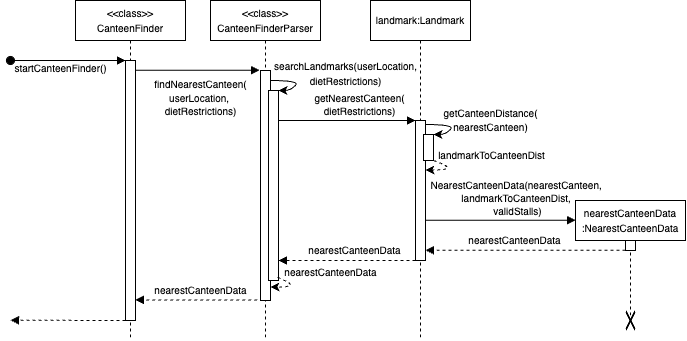
This is docs/diagrams/CanteenFinderSequenceDiagram.drawio.png from AY2425S2-CS2113-W12-2/tp, a draw.io export, as it was before one commit. Source tidied: cells renumbered, new cells last; positions are measured from the earlier drawing's top-left corner, leaving out a move shared by most shapes. Source of this version:
```xml
<mxGraphModel>
  <root>
    <mxCell id="0" />
    <mxCell id="1" parent="0" />
    <mxCell id="2" value="&lt;font style=&quot;font-size: 10px;&quot;&gt;searchLandmarks(userLocation&lt;/font&gt;&lt;span style=&quot;font-size: 10px;&quot;&gt;,&lt;/span&gt;&lt;div&gt;&lt;div&gt;&lt;font style=&quot;font-size: 10px;&quot;&gt;dietRestrictions)&lt;/font&gt;&lt;/div&gt;&lt;/div&gt;" style="text;html=1;align=center;verticalAlign=middle;strokeColor=none;fillColor=none;" parent="1" vertex="1">
      <mxGeometry x="260" y="53" width="170" height="40" as="geometry" />
    </mxCell>
    <mxCell id="3" value="&lt;div&gt;&lt;font style=&quot;font-size: 10px;&quot;&gt;&amp;lt;&amp;lt;class&amp;gt;&amp;gt;&lt;/font&gt;&lt;/div&gt;&lt;font style=&quot;font-size: 10px;&quot;&gt;CanteenFinderParser&lt;/font&gt;" style="shape=umlLifeline;perimeter=lifelinePerimeter;whiteSpace=wrap;html=1;newEdgeStyle={&quot;edgeStyle&quot;:&quot;elbowEdgeStyle&quot;,&quot;elbow&quot;:&quot;vertical&quot;,&quot;curved&quot;:0,&quot;rounded&quot;:0};size=40;" parent="1" vertex="1">
      <mxGeometry x="210" width="110" height="340" as="geometry" />
    </mxCell>
    <mxCell id="4" style="html=1;perimeter=orthogonalPerimeter;targetShapes=umlLifeline;newEdgeStyle={&quot;edgeStyle&quot;:&quot;elbowEdgeStyle&quot;,&quot;elbow&quot;:&quot;vertical&quot;,&quot;curved&quot;:0,&quot;rounded&quot;:0};" parent="3" vertex="1">
      <mxGeometry x="50" y="70" width="10" height="230" as="geometry" />
    </mxCell>
    <mxCell id="5" style="html=1;points=[];perimeter=orthogonalPerimeter;outlineConnect=0;targetShapes=umlLifeline;portConstraint=eastwest;newEdgeStyle={&quot;edgeStyle&quot;:&quot;elbowEdgeStyle&quot;,&quot;elbow&quot;:&quot;vertical&quot;,&quot;curved&quot;:0,&quot;rounded&quot;:0};" parent="3" vertex="1">
      <mxGeometry x="58" y="90" width="10" height="190" as="geometry" />
    </mxCell>
    <mxCell id="6" style="curved=1;endArrow=classic;html=1;rounded=0;dashed=1;exitX=0.921;exitY=0.984;exitDx=0;exitDy=0;exitPerimeter=0;" parent="3" edge="1" source="5">
      <mxGeometry relative="1" as="geometry">
        <mxPoint x="60" y="286.5" as="targetPoint" />
        <Array as="points">
          <mxPoint x="80" y="282" />
          <mxPoint x="80" y="286.5" />
        </Array>
      </mxGeometry>
    </mxCell>
    <mxCell id="7" style="curved=1;endArrow=classic;html=1;rounded=0;" parent="3" edge="1">
      <mxGeometry relative="1" as="geometry">
        <mxPoint x="60" y="80" as="sourcePoint" />
        <mxPoint x="68" y="90" as="targetPoint" />
        <Array as="points">
          <mxPoint x="90" y="80" />
          <mxPoint x="80" y="90" />
        </Array>
      </mxGeometry>
    </mxCell>
    <mxCell id="8" value="&lt;font size=&quot;1&quot;&gt;getNearestCanteen(&lt;/font&gt;&lt;div&gt;&lt;font size=&quot;1&quot;&gt;dietRestrictions)&lt;/font&gt;&lt;/div&gt;" style="html=1;verticalAlign=bottom;endArrow=block;edgeStyle=elbowEdgeStyle;elbow=vertical;curved=0;rounded=0;labelBackgroundColor=none;" parent="1" edge="1" target="10">
      <mxGeometry x="0.19" relative="1" as="geometry">
        <mxPoint x="278" y="120" as="sourcePoint" />
        <Array as="points">
          <mxPoint x="330" y="120" />
        </Array>
      </mxGeometry>
    </mxCell>
    <mxCell id="9" value="&lt;font size=&quot;1&quot;&gt;landmark:Landmark&lt;/font&gt;" style="shape=umlLifeline;perimeter=lifelinePerimeter;whiteSpace=wrap;html=1;newEdgeStyle={&quot;edgeStyle&quot;:&quot;elbowEdgeStyle&quot;,&quot;elbow&quot;:&quot;vertical&quot;,&quot;curved&quot;:0,&quot;rounded&quot;:0};" parent="1" vertex="1">
      <mxGeometry x="370" width="100" height="340" as="geometry" />
    </mxCell>
    <mxCell id="10" style="html=1;points=[];perimeter=orthogonalPerimeter;outlineConnect=0;targetShapes=umlLifeline;portConstraint=eastwest;newEdgeStyle={&quot;edgeStyle&quot;:&quot;elbowEdgeStyle&quot;,&quot;elbow&quot;:&quot;vertical&quot;,&quot;curved&quot;:0,&quot;rounded&quot;:0};" parent="9" vertex="1">
      <mxGeometry x="45" y="120" width="10" height="140" as="geometry" />
    </mxCell>
    <mxCell id="11" style="html=1;verticalAlign=bottom;endArrow=block;edgeStyle=elbowEdgeStyle;elbow=vertical;curved=0;rounded=0;dashed=1;" parent="1" edge="1" source="10">
      <mxGeometry relative="1" as="geometry">
        <mxPoint x="278" y="260" as="targetPoint" />
        <Array as="points">
          <mxPoint x="400" y="260" />
          <mxPoint x="400" y="240" />
          <mxPoint x="290" y="185" />
        </Array>
      </mxGeometry>
    </mxCell>
    <mxCell id="12" value="&lt;font style=&quot;font-size: 10px;&quot;&gt;nearestCanteenData&lt;/font&gt;" style="edgeLabel;html=1;align=center;verticalAlign=middle;labelBackgroundColor=none;" parent="11" vertex="1">
      <mxGeometry x="0.28" relative="1" as="geometry">
        <mxPoint x="26" y="-10" as="offset" />
      </mxGeometry>
    </mxCell>
    <mxCell id="13" value="&lt;font style=&quot;font-size: 10px;&quot;&gt;nearestCanteenData&lt;/font&gt;" style="edgeLabel;html=1;align=center;verticalAlign=middle;labelBackgroundColor=none;" parent="1" vertex="1">
      <mxGeometry x="339" y="273" as="geometry">
        <mxPoint x="-9" y="-1" as="offset" />
      </mxGeometry>
    </mxCell>
    <mxCell id="14" style="html=1;verticalAlign=bottom;endArrow=block;edgeStyle=elbowEdgeStyle;elbow=vertical;curved=0;rounded=0;dashed=1;" parent="1" edge="1" source="32">
      <mxGeometry relative="1" as="geometry">
        <mxPoint x="425" y="250.2" as="targetPoint" />
      </mxGeometry>
    </mxCell>
    <mxCell id="15" value="&lt;font style=&quot;font-size: 10px;&quot;&gt;nearestCanteenData&lt;/font&gt;" style="edgeLabel;html=1;align=center;verticalAlign=middle;" parent="14" vertex="1">
      <mxGeometry x="-0.08" relative="1" as="geometry">
        <mxPoint x="-20" y="-10" as="offset" />
      </mxGeometry>
    </mxCell>
    <mxCell id="16" value="&lt;font style=&quot;font-size: 10px;&quot;&gt;nearestCanteenData&lt;/font&gt;" style="html=1;verticalAlign=bottom;endArrow=block;edgeStyle=elbowEdgeStyle;elbow=vertical;curved=0;rounded=0;dashed=1;labelBackgroundColor=none;" parent="1" edge="1">
      <mxGeometry x="0.11" relative="1" as="geometry">
        <mxPoint x="260" y="278.6" as="sourcePoint" />
        <mxPoint x="135" y="299.4" as="targetPoint" />
        <Array as="points">
          <mxPoint x="190" y="299.4" />
        </Array>
      </mxGeometry>
    </mxCell>
    <mxCell id="17" value="&lt;font style=&quot;font-size: 10px;&quot;&gt;findNearestCanteen(&lt;/font&gt;&lt;div&gt;&lt;font style=&quot;font-size: 10px;&quot;&gt;userLocation,&amp;nbsp;&lt;/font&gt;&lt;/div&gt;&lt;div&gt;&lt;font style=&quot;font-size: 10px;&quot;&gt;dietRestrictions)&lt;/font&gt;&lt;/div&gt;" style="html=1;verticalAlign=bottom;startArrow=none;endArrow=block;startSize=8;edgeStyle=elbowEdgeStyle;elbow=vertical;curved=0;rounded=0;startFill=0;labelBackgroundColor=none;" parent="1" edge="1">
      <mxGeometry x="0.06" y="-50" relative="1" as="geometry">
        <mxPoint x="134" y="69.8" as="sourcePoint" />
        <mxPoint x="259" y="69.8" as="targetPoint" />
      </mxGeometry>
    </mxCell>
    <mxCell id="18" value="&lt;div&gt;&lt;font style=&quot;font-size: 10px;&quot;&gt;&amp;lt;&amp;lt;class&amp;gt;&amp;gt;&lt;/font&gt;&lt;/div&gt;&lt;font style=&quot;font-size: 10px;&quot;&gt;CanteenFinder&lt;/font&gt;" style="shape=umlLifeline;perimeter=lifelinePerimeter;whiteSpace=wrap;html=1;newEdgeStyle={&quot;edgeStyle&quot;:&quot;elbowEdgeStyle&quot;,&quot;elbow&quot;:&quot;vertical&quot;,&quot;curved&quot;:0,&quot;rounded&quot;:0};size=40;" parent="1" vertex="1">
      <mxGeometry x="75" width="110" height="340" as="geometry" />
    </mxCell>
    <mxCell id="19" style="html=1;perimeter=orthogonalPerimeter;targetShapes=umlLifeline;newEdgeStyle={&quot;edgeStyle&quot;:&quot;elbowEdgeStyle&quot;,&quot;elbow&quot;:&quot;vertical&quot;,&quot;curved&quot;:0,&quot;rounded&quot;:0};" parent="18" vertex="1">
      <mxGeometry x="50" y="60" width="10" height="260" as="geometry" />
    </mxCell>
    <mxCell id="20" value="&lt;font style=&quot;font-size: 10px;&quot;&gt;startCanteenFinder()&lt;/font&gt;" style="text;html=1;align=center;verticalAlign=middle;points=[];strokeColor=none;fillColor=none;" parent="1" vertex="1">
      <mxGeometry y="53" width="120" height="30" as="geometry" />
    </mxCell>
    <mxCell id="21" style="html=1;verticalAlign=bottom;startArrow=oval;endArrow=block;startSize=8;edgeStyle=elbowEdgeStyle;elbow=horizontal;curved=0;rounded=0;startFill=1;exitX=0.083;exitY=0.233;exitDx=0;exitDy=0;exitPerimeter=0;" parent="1" edge="1" source="20">
      <mxGeometry x="0.06" y="-50" relative="1" as="geometry">
        <mxPoint x="125" y="60" as="targetPoint" />
      </mxGeometry>
    </mxCell>
    <mxCell id="22" style="html=1;verticalAlign=bottom;endArrow=block;edgeStyle=elbowEdgeStyle;elbow=vertical;curved=0;rounded=0;dashed=1;" parent="1" edge="1">
      <mxGeometry relative="1" as="geometry">
        <mxPoint x="125" y="320" as="sourcePoint" />
        <mxPoint x="10" y="320.2" as="targetPoint" />
      </mxGeometry>
    </mxCell>
    <mxCell id="23" style="shape=mxgraph.mockup.markup.redX;fillColor=#000000;html=1;shadow=0;whiteSpace=wrap;strokeColor=none;rotation=90;" parent="1" vertex="1">
      <mxGeometry x="620" y="315" width="20" height="10" as="geometry" />
    </mxCell>
    <mxCell id="24" style="html=1;perimeter=orthogonalPerimeter;targetShapes=umlLifeline;newEdgeStyle={&quot;edgeStyle&quot;:&quot;elbowEdgeStyle&quot;,&quot;elbow&quot;:&quot;vertical&quot;,&quot;curved&quot;:0,&quot;rounded&quot;:0};" parent="1" vertex="1">
      <mxGeometry x="423" y="134" width="10" height="26" as="geometry" />
    </mxCell>
    <mxCell id="25" style="curved=1;endArrow=classic;html=1;rounded=0;" parent="1" edge="1">
      <mxGeometry relative="1" as="geometry">
        <mxPoint x="425" y="124" as="sourcePoint" />
        <mxPoint x="433" y="134" as="targetPoint" />
        <Array as="points">
          <mxPoint x="455" y="124" />
          <mxPoint x="445" y="134" />
        </Array>
      </mxGeometry>
    </mxCell>
    <mxCell id="26" value="&lt;font style=&quot;font-size: 10px;&quot;&gt;getCanteenDistance(&lt;/font&gt;&lt;div&gt;&lt;font style=&quot;font-size: 10px;&quot;&gt;nearestCanteen)&lt;/font&gt;&lt;/div&gt;" style="edgeLabel;html=1;align=center;verticalAlign=middle;labelBackgroundColor=none;" parent="25" vertex="1">
      <mxGeometry x="0.28" y="-1" relative="1" as="geometry">
        <mxPoint x="40" y="-8" as="offset" />
      </mxGeometry>
    </mxCell>
    <mxCell id="27" style="curved=1;endArrow=classic;html=1;rounded=0;dashed=1;" parent="1" edge="1">
      <mxGeometry relative="1" as="geometry">
        <mxPoint x="433" y="160" as="sourcePoint" />
        <mxPoint x="425" y="169.5" as="targetPoint" />
        <Array as="points">
          <mxPoint x="447" y="165" />
          <mxPoint x="447" y="169.5" />
        </Array>
      </mxGeometry>
    </mxCell>
    <mxCell id="28" value="&lt;span style=&quot;font-size: x-small;&quot;&gt;landmarkToCanteenDist&lt;/span&gt;" style="edgeLabel;html=1;align=center;verticalAlign=middle;labelBackgroundColor=none;" parent="27" vertex="1">
      <mxGeometry x="-0.46" y="-1" relative="1" as="geometry">
        <mxPoint x="48" y="-10" as="offset" />
      </mxGeometry>
    </mxCell>
    <mxCell id="29" style="html=1;verticalAlign=bottom;endArrow=block;edgeStyle=elbowEdgeStyle;elbow=vertical;curved=0;rounded=0;labelBackgroundColor=none;" parent="1" edge="1" source="10">
      <mxGeometry x="-0.03" relative="1" as="geometry">
        <mxPoint x="575" y="220" as="targetPoint" />
      </mxGeometry>
    </mxCell>
    <mxCell id="30" value="&lt;font style=&quot;font-size: 10px;&quot;&gt;NearestCanteenData(&lt;/font&gt;&lt;span style=&quot;font-size: 10px; background-color: transparent; color: light-dark(rgb(0, 0, 0), rgb(255, 255, 255));&quot;&gt;nearestCanteen,&amp;nbsp;&lt;/span&gt;&lt;div style=&quot;&quot;&gt;&lt;div&gt;&lt;font style=&quot;font-size: 10px;&quot;&gt;landmarkToCanteenDist,&amp;nbsp;&lt;/font&gt;&lt;/div&gt;&lt;div&gt;&lt;font style=&quot;font-size: 10px;&quot;&gt;validStalls)&lt;/font&gt;&lt;/div&gt;&lt;/div&gt;" style="edgeLabel;html=1;align=center;verticalAlign=middle;labelBackgroundColor=none;" parent="29" vertex="1">
      <mxGeometry x="-0.03" y="-1" relative="1" as="geometry">
        <mxPoint x="19" y="-23" as="offset" />
      </mxGeometry>
    </mxCell>
    <mxCell id="31" value="&lt;div&gt;&lt;font size=&quot;1&quot;&gt;nearestCanteenData&lt;/font&gt;&lt;/div&gt;&lt;font size=&quot;1&quot;&gt;:NearestCanteenData&lt;/font&gt;" style="shape=umlLifeline;perimeter=lifelinePerimeter;whiteSpace=wrap;html=1;newEdgeStyle={&quot;edgeStyle&quot;:&quot;elbowEdgeStyle&quot;,&quot;elbow&quot;:&quot;vertical&quot;,&quot;curved&quot;:0,&quot;rounded&quot;:0};" parent="1" vertex="1">
      <mxGeometry x="575" y="200" width="110" height="120" as="geometry" />
    </mxCell>
    <mxCell id="32" style="html=1;points=[];perimeter=orthogonalPerimeter;outlineConnect=0;targetShapes=umlLifeline;portConstraint=eastwest;newEdgeStyle={&quot;edgeStyle&quot;:&quot;elbowEdgeStyle&quot;,&quot;elbow&quot;:&quot;vertical&quot;,&quot;curved&quot;:0,&quot;rounded&quot;:0};" parent="31" vertex="1">
      <mxGeometry x="50" y="40" width="10" height="10" as="geometry" />
    </mxCell>
  </root>
</mxGraphModel>
```
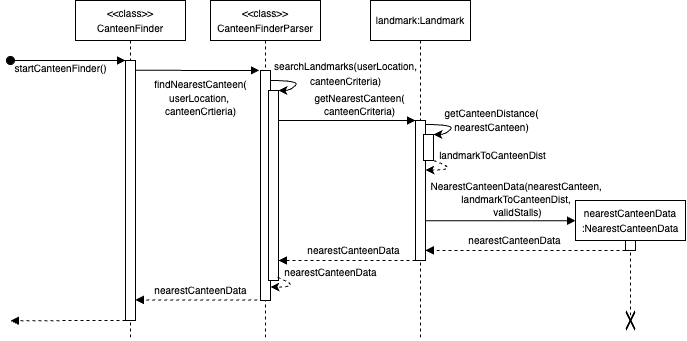
The same diagram one commit later.

Commit message:
Update sequence diagram to match renaming of variables

The edit, as a diff of the source:
```diff
@@ -2,7 +2,7 @@
   <root>
     <mxCell id="0" />
     <mxCell id="1" parent="0" />
-    <mxCell id="2" value="&lt;font style=&quot;font-size: 10px;&quot;&gt;searchLandmarks(userLocation&lt;/font&gt;&lt;span style=&quot;font-size: 10px;&quot;&gt;,&lt;/span&gt;&lt;div&gt;&lt;div&gt;&lt;font style=&quot;font-size: 10px;&quot;&gt;dietRestrictions)&lt;/font&gt;&lt;/div&gt;&lt;/div&gt;" style="text;html=1;align=center;verticalAlign=middle;strokeColor=none;fillColor=none;" parent="1" vertex="1">
+    <mxCell id="2" value="&lt;font style=&quot;font-size: 10px;&quot;&gt;searchLandmarks(userLocation&lt;/font&gt;&lt;span style=&quot;font-size: 10px;&quot;&gt;,&lt;/span&gt;&lt;div&gt;&lt;div&gt;&lt;font style=&quot;font-size: 10px;&quot;&gt;canteenCriteria)&lt;/font&gt;&lt;/div&gt;&lt;/div&gt;" style="text;html=1;align=center;verticalAlign=middle;strokeColor=none;fillColor=none;" parent="1" vertex="1">
       <mxGeometry x="260" y="53" width="170" height="40" as="geometry" />
     </mxCell>
     <mxCell id="3" value="&lt;div&gt;&lt;font style=&quot;font-size: 10px;&quot;&gt;&amp;lt;&amp;lt;class&amp;gt;&amp;gt;&lt;/font&gt;&lt;/div&gt;&lt;font style=&quot;font-size: 10px;&quot;&gt;CanteenFinderParser&lt;/font&gt;" style="shape=umlLifeline;perimeter=lifelinePerimeter;whiteSpace=wrap;html=1;newEdgeStyle={&quot;edgeStyle&quot;:&quot;elbowEdgeStyle&quot;,&quot;elbow&quot;:&quot;vertical&quot;,&quot;curved&quot;:0,&quot;rounded&quot;:0};size=40;" parent="1" vertex="1">
@@ -33,7 +33,7 @@
         </Array>
       </mxGeometry>
     </mxCell>
-    <mxCell id="8" value="&lt;font size=&quot;1&quot;&gt;getNearestCanteen(&lt;/font&gt;&lt;div&gt;&lt;font size=&quot;1&quot;&gt;dietRestrictions)&lt;/font&gt;&lt;/div&gt;" style="html=1;verticalAlign=bottom;endArrow=block;edgeStyle=elbowEdgeStyle;elbow=vertical;curved=0;rounded=0;labelBackgroundColor=none;" parent="1" edge="1" target="10">
+    <mxCell id="8" value="&lt;font size=&quot;1&quot;&gt;getNearestCanteen(&lt;/font&gt;&lt;div&gt;&lt;font size=&quot;1&quot;&gt;canteenCriteria)&lt;/font&gt;&lt;/div&gt;" style="html=1;verticalAlign=bottom;endArrow=block;edgeStyle=elbowEdgeStyle;elbow=vertical;curved=0;rounded=0;labelBackgroundColor=none;" parent="1" edge="1" target="10">
       <mxGeometry x="0.19" relative="1" as="geometry">
         <mxPoint x="278" y="120" as="sourcePoint" />
         <Array as="points">
@@ -86,7 +86,7 @@
         </Array>
       </mxGeometry>
     </mxCell>
-    <mxCell id="17" value="&lt;font style=&quot;font-size: 10px;&quot;&gt;findNearestCanteen(&lt;/font&gt;&lt;div&gt;&lt;font style=&quot;font-size: 10px;&quot;&gt;userLocation,&amp;nbsp;&lt;/font&gt;&lt;/div&gt;&lt;div&gt;&lt;font style=&quot;font-size: 10px;&quot;&gt;dietRestrictions)&lt;/font&gt;&lt;/div&gt;" style="html=1;verticalAlign=bottom;startArrow=none;endArrow=block;startSize=8;edgeStyle=elbowEdgeStyle;elbow=vertical;curved=0;rounded=0;startFill=0;labelBackgroundColor=none;" parent="1" edge="1">
+    <mxCell id="17" value="&lt;font style=&quot;font-size: 10px;&quot;&gt;findNearestCanteen(&lt;/font&gt;&lt;div&gt;&lt;font style=&quot;font-size: 10px;&quot;&gt;userLocation,&amp;nbsp;&lt;/font&gt;&lt;/div&gt;&lt;div&gt;&lt;font style=&quot;font-size: 10px;&quot;&gt;canteenCrtieria)&lt;/font&gt;&lt;/div&gt;" style="html=1;verticalAlign=bottom;startArrow=none;endArrow=block;startSize=8;edgeStyle=elbowEdgeStyle;elbow=vertical;curved=0;rounded=0;startFill=0;labelBackgroundColor=none;" parent="1" edge="1">
       <mxGeometry x="0.06" y="-50" relative="1" as="geometry">
         <mxPoint x="134" y="69.8" as="sourcePoint" />
         <mxPoint x="259" y="69.8" as="targetPoint" />
```
